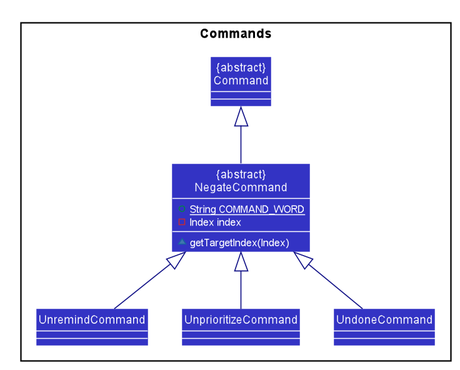
Earlier version of the PlantUML export docs/images/NegateCommandClassDiagram.png (nus-cs2103-AY2021S1/tp).
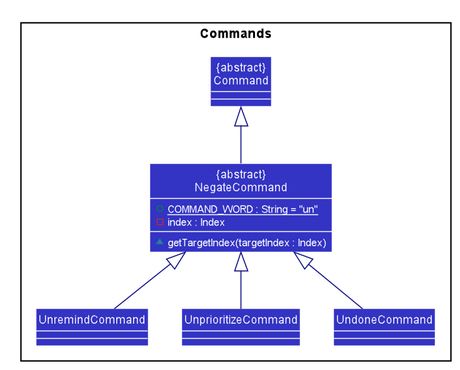
The same diagram one commit later.

Commit message:
Add NegateCommand diagram picture

Change to the diagram source:
```diff
@@ -57,9 +57,9 @@
 package Commands {
 Class "{abstract}\nCommand" as Command
 Class "{abstract}\nNegateCommand" as NegateCommand {
-    + {static} String COMMAND_WORD
-    - Index index
-    ~getTargetIndex(Index)
+    + {static} COMMAND_WORD : String = "un"
+    - index : Index
+    ~getTargetIndex(targetIndex : Index)
 }
 
 Class UnremindCommand
```
